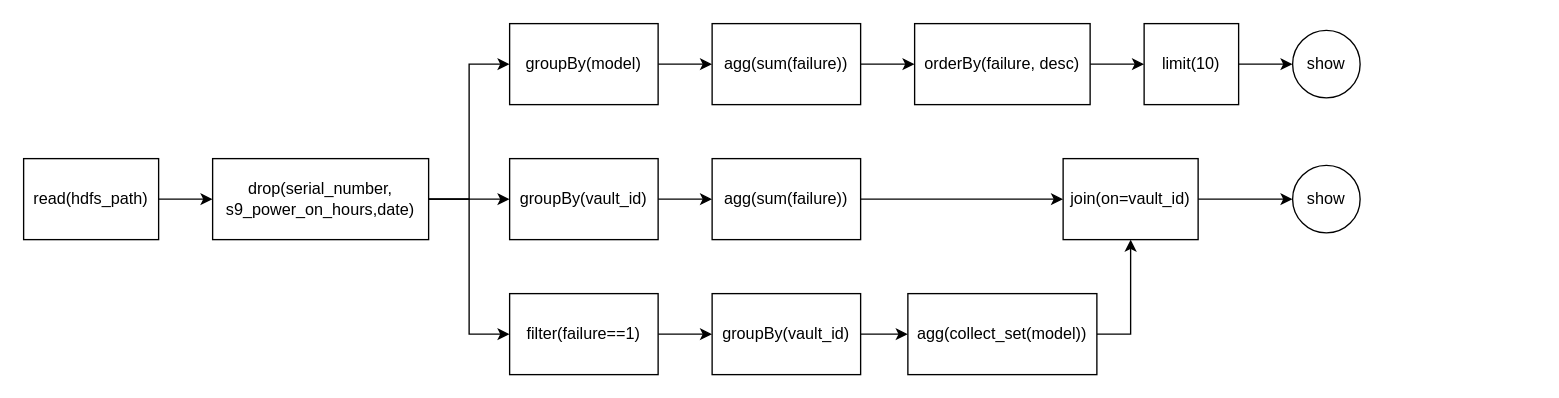
Earlier version of the draw.io diagram report/res/query2_dag.drawio (matteo-conti-97/SABD_Project_1). Source tidied: cells renumbered, new cells numbered last; positions are measured from the earlier drawing's top-left corner, leaving out a move shared by most shapes. Both pictures are drawn from the tidied source at 135%, with x=0, y=0 at pixel (23, 23).
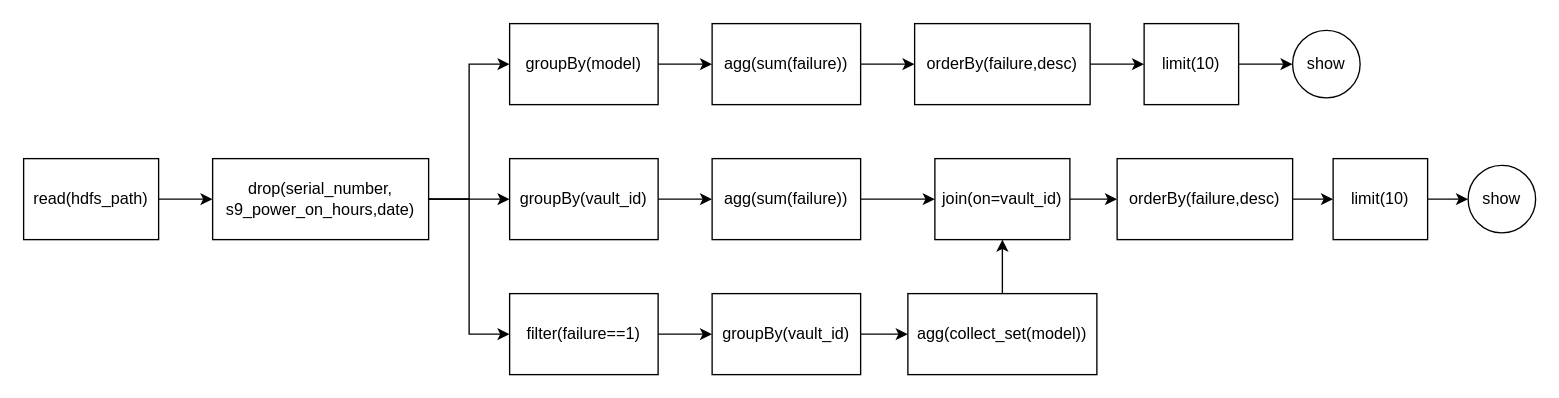
Above is the later version.

The change refers to these unchanged cells:
```xml
<mxCell id="23" value="agg(collect_set(model))" style="rounded=0;whiteSpace=wrap;html=1;" parent="1" vertex="1">
  <mxGeometry x="655" y="200" width="140" height="60" as="geometry" />
</mxCell>
```

Diff of the diagram source:
```diff
@@
-    <mxCell id="13" value="orderBy(failure, desc)" style="rounded=0;whiteSpace=wrap;html=1;" parent="1" vertex="1">
+    <mxCell id="13" value="orderBy(failure,desc)" style="rounded=0;whiteSpace=wrap;html=1;" parent="1" vertex="1">
       <mxGeometry x="660" width="130" height="60" as="geometry" />
     </mxCell>
@@
-    <mxCell id="22" style="edgeStyle=orthogonalEdgeStyle;rounded=0;jettySize=auto;html=1;exitX=1;exitY=0.5;exitDx=0;exitDy=0;entryX=0.5;entryY=1;entryDx=0;entryDy=0;" parent="1" edge="1" source="23" target="25">
+    <mxCell id="22" style="edgeStyle=orthogonalEdgeStyle;rounded=0;jettySize=auto;html=1;exitX=0.5;exitY=0;exitDx=0;exitDy=0;entryX=0.5;entryY=1;entryDx=0;entryDy=0;" parent="1" edge="1" source="23" target="25">
       <mxGeometry relative="1" as="geometry" />
     </mxCell>
@@
-    <mxCell id="24" style="edgeStyle=orthogonalEdgeStyle;rounded=0;jettySize=auto;html=1;exitX=1;exitY=0.5;exitDx=0;exitDy=0;entryX=0;entryY=0.5;entryDx=0;entryDy=0;" parent="1" edge="1" source="25" target="27">
-      <mxGeometry relative="1" as="geometry" />
-    </mxCell>
+    <mxCell id="30" style="edgeStyle=orthogonalEdgeStyle;rounded=0;jettySize=auto;html=1;exitX=1;exitY=0.5;exitDx=0;exitDy=0;entryX=0;entryY=0.5;entryDx=0;entryDy=0;" parent="1" edge="1" source="25" target="34">
+      <mxGeometry relative="1" as="geometry" />
+    </mxCell>
     <mxCell id="25" value="join(on=vault_id)" style="rounded=0;whiteSpace=wrap;html=1;" parent="1" vertex="1">
-      <mxGeometry x="770" y="100" width="100" height="60" as="geometry" />
+      <mxGeometry x="675" y="100" width="100" height="60" as="geometry" />
     </mxCell>
@@
     <mxCell id="27" value="show" style="ellipse;whiteSpace=wrap;html=1;" parent="1" vertex="1">
-      <mxGeometry x="940" y="105" width="50" height="50" as="geometry" />
+      <mxGeometry x="1070" y="105" width="50" height="50" as="geometry" />
     </mxCell>
@@
+    <mxCell id="31" style="edgeStyle=orthogonalEdgeStyle;rounded=0;jettySize=auto;html=1;exitX=1;exitY=0.5;exitDx=0;exitDy=0;entryX=0;entryY=0.5;entryDx=0;entryDy=0;" parent="1" edge="1" source="32" target="27">
+      <mxGeometry relative="1" as="geometry" />
+    </mxCell>
+    <mxCell id="32" value="limit(10)" style="rounded=0;whiteSpace=wrap;html=1;" parent="1" vertex="1">
+      <mxGeometry x="970" y="100" width="70" height="60" as="geometry" />
+    </mxCell>
+    <mxCell id="33" style="edgeStyle=orthogonalEdgeStyle;rounded=0;jettySize=auto;html=1;exitX=1;exitY=0.5;exitDx=0;exitDy=0;" parent="1" edge="1" source="34" target="32">
+      <mxGeometry relative="1" as="geometry" />
+    </mxCell>
+    <mxCell id="34" value="orderBy(failure,desc)" style="rounded=0;whiteSpace=wrap;html=1;" parent="1" vertex="1">
+      <mxGeometry x="810" y="100" width="130" height="60" as="geometry" />
+    </mxCell>
```
